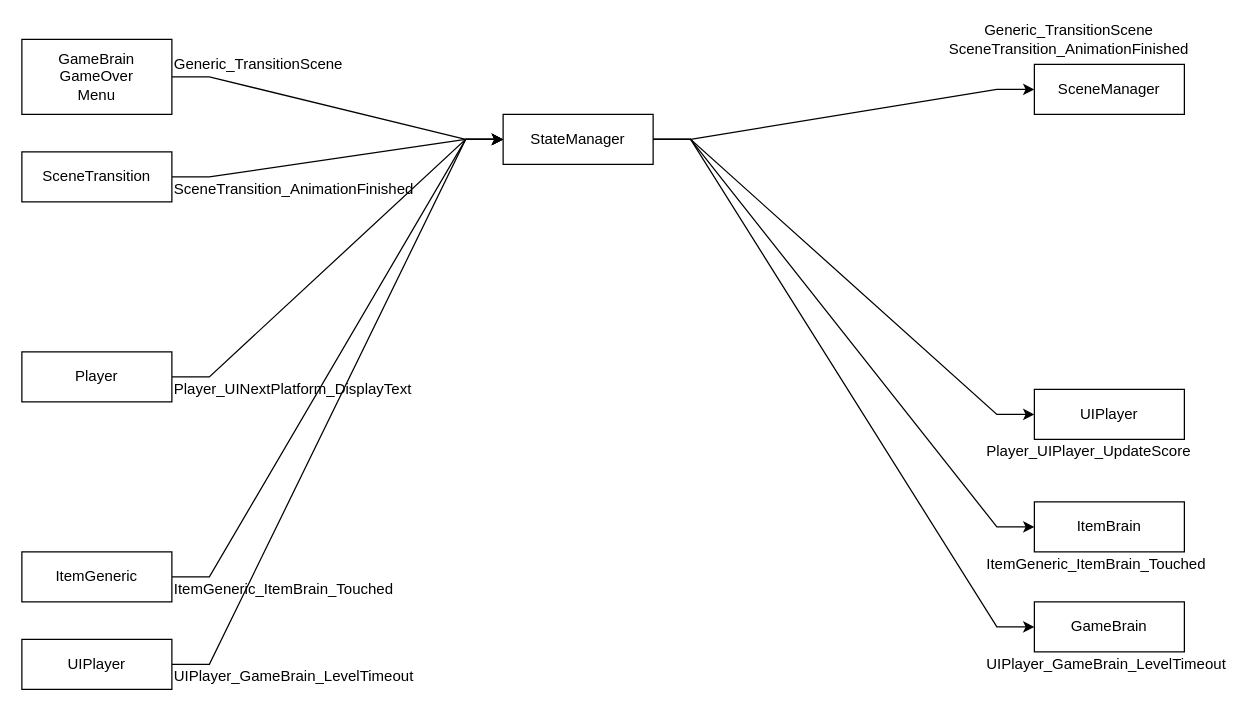
This is page "Signals" (3 of 7) of documents/README.drawio from cvionnet/Godot-Shoot-em-up, a draw.io file, before an edit. Source tidied: cells renumbered, new cells numbered last; positions are measured from the earlier drawing's top-left corner, leaving out a move shared by most shapes. Both pictures are drawn from the tidied source at 125%, with x=0, y=0 at pixel (21, 26).
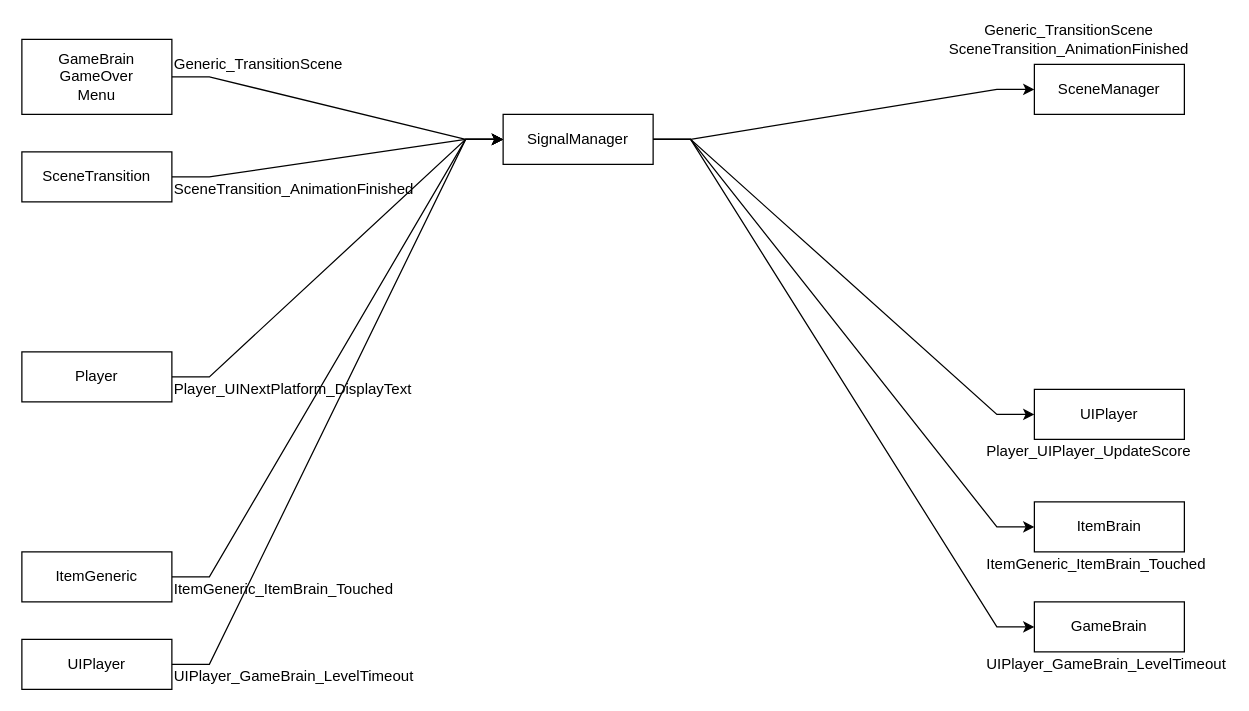
Above is the later version.

Diff of the diagram source:
```diff
@@
-    <mxCell id="7" value="StateManager" style="rounded=0;whiteSpace=wrap;html=1;" parent="1" vertex="1">
+    <mxCell id="7" value="SignalManager" style="rounded=0;whiteSpace=wrap;html=1;" parent="1" vertex="1">
       <mxGeometry x="385" y="70" width="120" height="40" as="geometry" />
     </mxCell>
```
